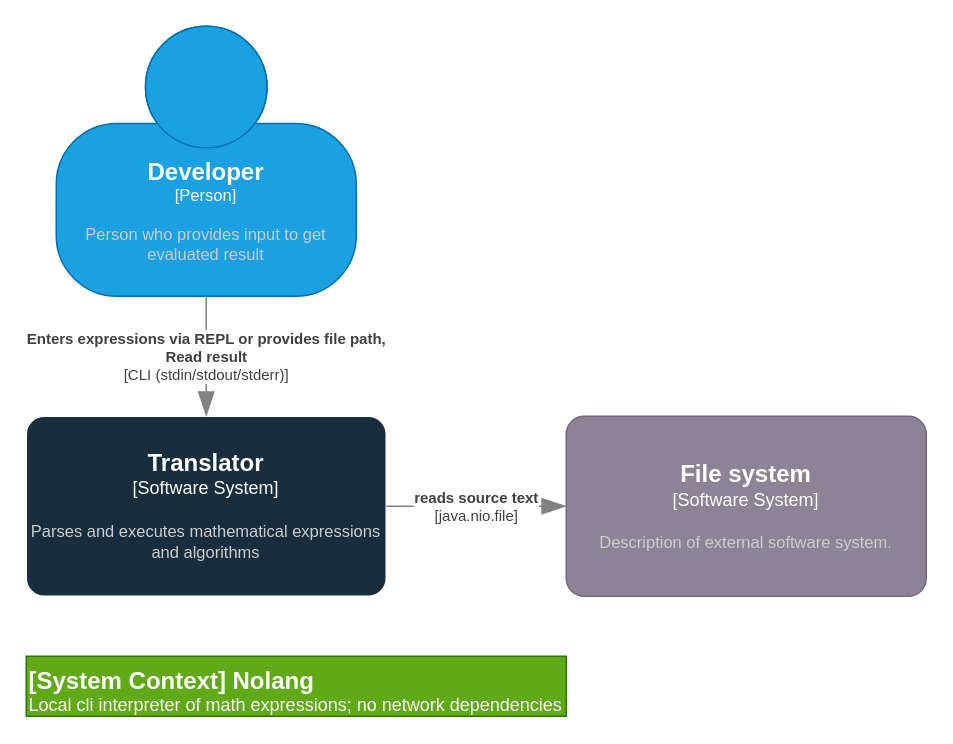
Above: page "L1_Context" (1 of 4) of nolang/docs/arch.drawio in Nokhrin/silly_bus (draw.io), before the change. Source tidied: cells renumbered, new cells numbered last; positions are measured from the earlier drawing's top-left corner, leaving out a move shared by most shapes. Both pictures are drawn from the tidied source at 150%, with x=0, y=0 at pixel (26, 26).
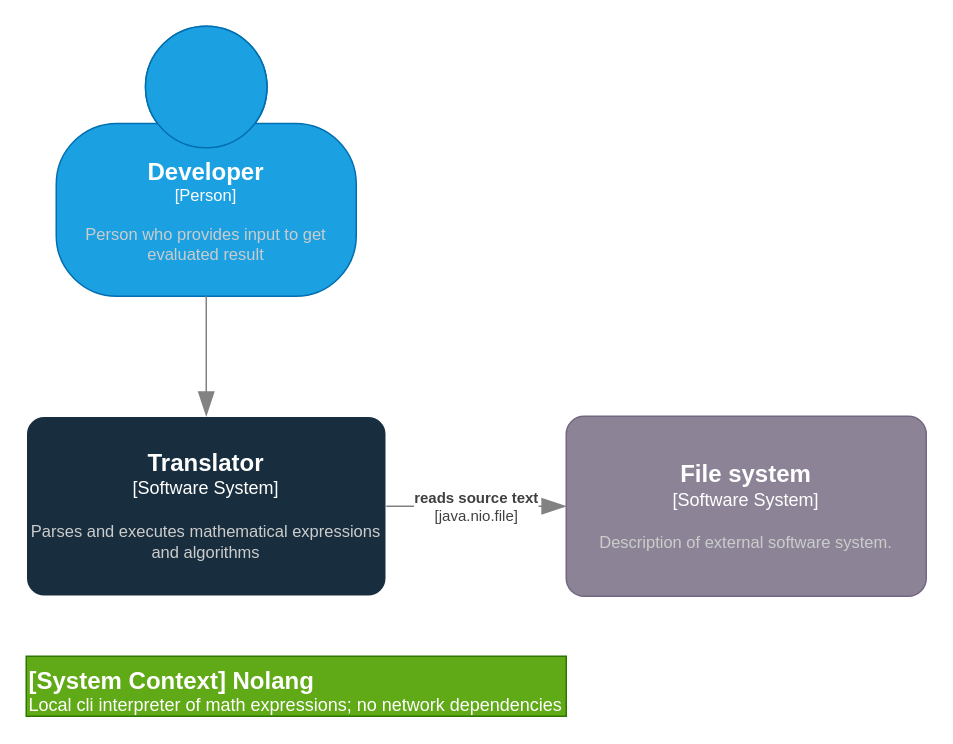
After the change.

The edit, as a diff of the source:
```diff
@@
 <mxGraphModel>
   <root>
     <mxCell id="0" />
     <mxCell id="1" parent="0" />
     <object id="2" label="&lt;font style=&quot;font-size: 16px&quot;&gt;&lt;b&gt;&lt;div style=&quot;text-align: left&quot;&gt;%c4Name%&lt;/div&gt;&lt;/b&gt;&lt;/font&gt;&lt;div style=&quot;text-align: left&quot;&gt;%c4Description%&lt;/div&gt;" c4Description="Local cli interpreter of math expressions; no network dependencies" c4Name="[System Context] Nolang" placeholders="1">
       <mxCell style="text;html=1;strokeColor=#2D7600;fillColor=#60a917;align=left;verticalAlign=top;whiteSpace=wrap;rounded=0;labelBackgroundColor=none;fontColor=#ffffff;" parent="1" vertex="1">
         <mxGeometry y="420" width="360" height="40" as="geometry" />
       </mxCell>
     </object>
     <object id="3" label="&lt;font style=&quot;font-size: 16px&quot;&gt;&lt;b&gt;%c4Name%&lt;/b&gt;&lt;/font&gt;&lt;div&gt;[%c4Type%]&lt;/div&gt;&lt;br&gt;&lt;div&gt;&lt;font style=&quot;font-size: 11px&quot;&gt;&lt;font color=&quot;#cccccc&quot;&gt;%c4Description%&lt;/font&gt;&lt;/div&gt;" c4Description="Person who provides input to get evaluated result" c4Name="Developer" c4Type="Person" placeholders="1">
       <mxCell style="html=1;fontSize=11;dashed=0;whiteSpace=wrap;fillColor=#1ba1e2;strokeColor=#006EAF;shape=mxgraph.c4.person2;align=center;points=[[0.5,0,0],[1,0.5,0],[1,0.75,0],[0.75,1,0],[0.5,1,0],[0.25,1,0],[0,0.75,0],[0,0.5,0]];fontColor=#ffffff;" parent="1" vertex="1">
         <mxGeometry x="20" width="200" height="180" as="geometry" />
       </mxCell>
     </object>
     <object id="4" label="&lt;font style=&quot;font-size: 16px&quot;&gt;&lt;b&gt;%c4Name%&lt;/b&gt;&lt;/font&gt;&lt;div&gt;[%c4Type%]&lt;/div&gt;&lt;br&gt;&lt;div&gt;&lt;font style=&quot;font-size: 11px&quot;&gt;&lt;font color=&quot;#cccccc&quot;&gt;%c4Description%&lt;/font&gt;&lt;/div&gt;" c4Description="Parses and executes mathematical expressions and algorithms" c4Name="Translator" c4Type="Software System" placeholders="1">
       <mxCell style="rounded=1;whiteSpace=wrap;html=1;labelBackgroundColor=none;fillColor=#182E3E;fontColor=#FFFFFF;align=center;arcSize=10;strokeColor=#FFFFFF;points=[[0.25,0,0],[0.5,0,0],[0.75,0,0],[1,0.25,0],[1,0.5,0],[1,0.75,0],[0.75,1,0],[0.5,1,0],[0.25,1,0],[0,0.75,0],[0,0.5,0],[0,0.25,0]];" parent="1" vertex="1">
         <mxGeometry y="260" width="240" height="120" as="geometry" />
       </mxCell>
     </object>
-    <mxCell id="5" value="&lt;div style=&quot;text-align: left&quot;&gt;&lt;div style=&quot;text-align: center&quot;&gt;&lt;b&gt;Enters expressions via REPL or provides file path,&lt;br&gt;Read result&lt;/b&gt;&lt;/div&gt;&lt;div style=&quot;text-align: center&quot;&gt;[CLI (stdin/stdout/stderr)]&lt;/div&gt;&lt;/div&gt;" style="endArrow=blockThin;html=1;fontSize=10;fontColor=#404040;strokeWidth=1;endFill=1;strokeColor=#828282;elbow=vertical;endSize=14;startSize=14;jumpStyle=arc;jumpSize=16;rounded=0;edgeStyle=orthogonalEdgeStyle;exitX=0.5;exitY=1;exitDx=0;exitDy=0;exitPerimeter=0;entryX=0.5;entryY=0;entryDx=0;entryDy=0;entryPerimeter=0;" parent="1" edge="1" source="3" target="4">
+    <mxCell id="5" style="endArrow=blockThin;html=1;fontSize=10;fontColor=#404040;strokeWidth=1;endFill=1;strokeColor=#828282;elbow=vertical;endSize=14;startSize=14;jumpStyle=arc;jumpSize=16;rounded=0;edgeStyle=orthogonalEdgeStyle;exitX=0.5;exitY=1;exitDx=0;exitDy=0;exitPerimeter=0;entryX=0.5;entryY=0;entryDx=0;entryDy=0;entryPerimeter=0;" parent="1" edge="1" source="3" target="4">
       <mxGeometry relative="1" as="geometry" />
     </mxCell>
     <object id="6" label="&lt;font style=&quot;font-size: 16px&quot;&gt;&lt;b&gt;%c4Name%&lt;/b&gt;&lt;/font&gt;&lt;div&gt;[%c4Type%]&lt;/div&gt;&lt;br&gt;&lt;div&gt;&lt;font style=&quot;font-size: 11px&quot;&gt;&lt;font color=&quot;#cccccc&quot;&gt;%c4Description%&lt;/font&gt;&lt;/div&gt;" c4Description="Description of external software system." c4Name="File system" c4Type="Software System" placeholders="1">
       <mxCell style="rounded=1;whiteSpace=wrap;html=1;labelBackgroundColor=none;fillColor=#8C8496;fontColor=#ffffff;align=center;arcSize=10;strokeColor=#736782;points=[[0.25,0,0],[0.5,0,0],[0.75,0,0],[1,0.25,0],[1,0.5,0],[1,0.75,0],[0.75,1,0],[0.5,1,0],[0.25,1,0],[0,0.75,0],[0,0.5,0],[0,0.25,0]];" parent="1" vertex="1">
         <mxGeometry x="360" y="260" width="240" height="120" as="geometry" />
       </mxCell>
     </object>
     <object id="7" label="&lt;div style=&quot;text-align: left&quot;&gt;&lt;div style=&quot;text-align: center&quot;&gt;&lt;b&gt;%c4Description%&lt;/b&gt;&lt;/div&gt;&lt;div style=&quot;text-align: center&quot;&gt;[%c4Technology%]&lt;/div&gt;&lt;/div&gt;" c4Description="reads source text" c4Technology="java.nio.file" placeholders="1">
       <mxCell style="endArrow=blockThin;html=1;fontSize=10;fontColor=#404040;strokeWidth=1;endFill=1;strokeColor=#828282;elbow=vertical;endSize=14;startSize=14;jumpStyle=arc;jumpSize=16;rounded=0;edgeStyle=orthogonalEdgeStyle;exitX=1;exitY=0.5;exitDx=0;exitDy=0;exitPerimeter=0;entryX=0;entryY=0.5;entryDx=0;entryDy=0;entryPerimeter=0;" parent="1" edge="1" source="4" target="6">
         <mxGeometry relative="1" as="geometry" />
       </mxCell>
     </object>
   </root>
 </mxGraphModel>
```
